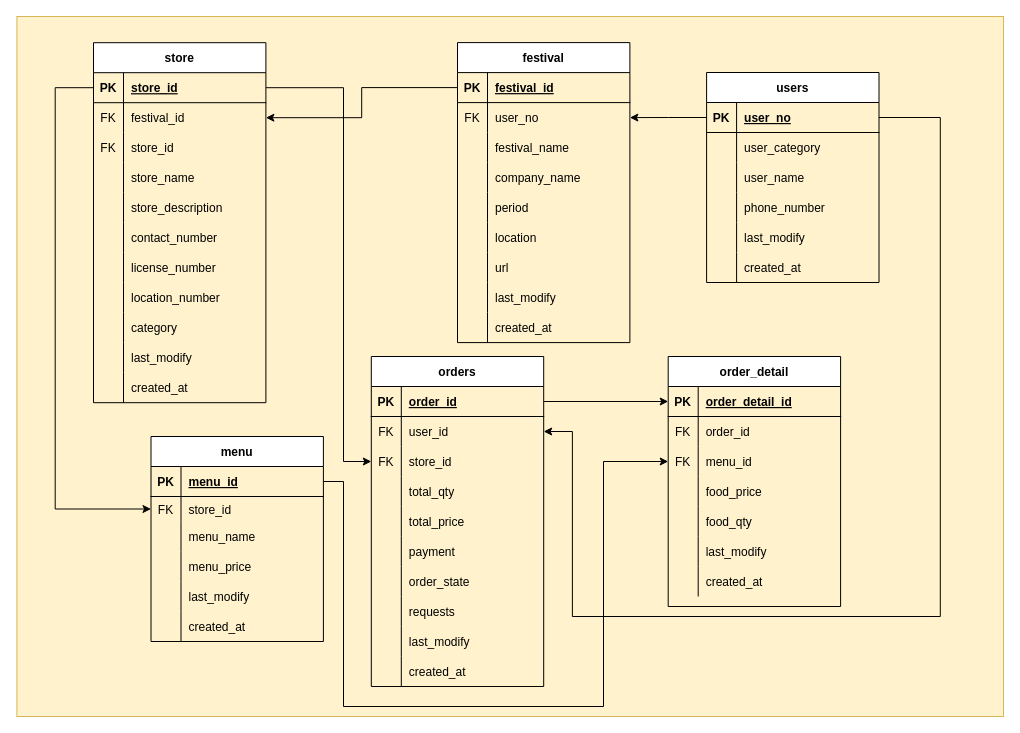
jaden7856/Goblin_DB_Schema keeps this draw.io diagram as DB Diagram.drawio. Above is the earlier version. Source tidied: cells renumbered, new cells numbered last; positions are measured from the earlier drawing's top-left corner, leaving out a move shared by most shapes. Both pictures are drawn from the tidied source at 100%, with x=0, y=0 at pixel (16, 16).
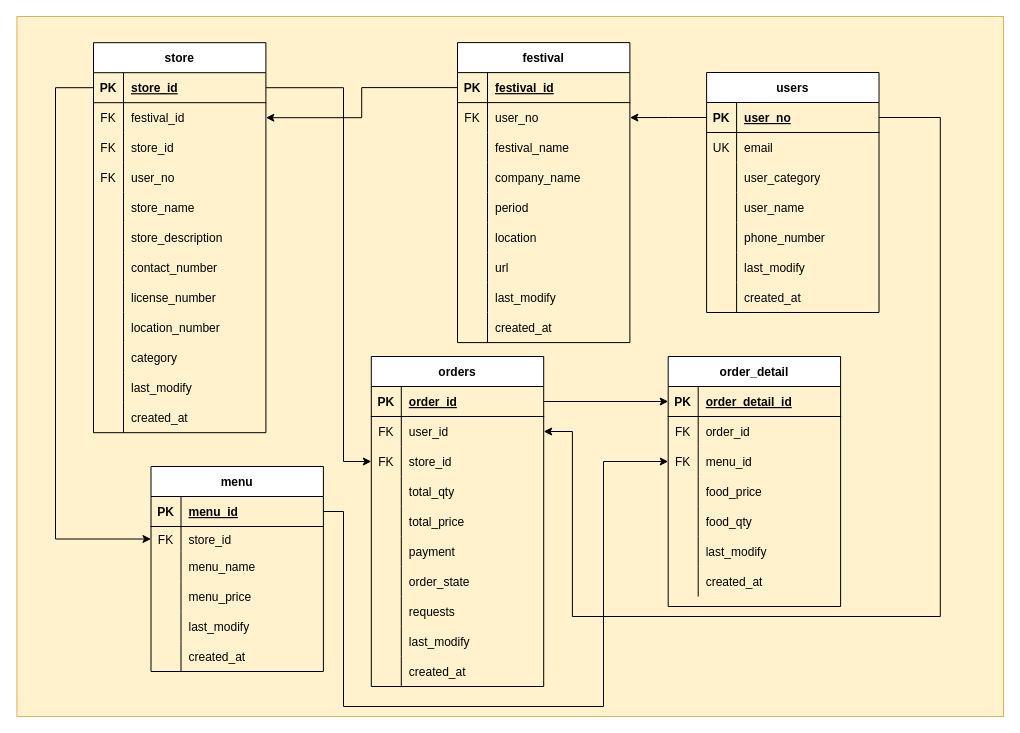
The same diagram, later.

The change refers to these unchanged cells:
```xml
<mxCell id="2" style="group;fillColor=#fff2cc;strokeColor=#d6b656;" parent="1" vertex="1">
  <mxGeometry x="77" width="910" height="700" as="geometry" />
</mxCell>
<mxCell id="5" style="shape=partialRectangle;fillColor=none;top=0;left=0;bottom=1;right=0;points=[[0,0.5],[1,0.5]];portConstraint=eastwest;" parent="4" vertex="1">
  <mxGeometry y="30" width="172.4" height="30" as="geometry" />
</mxCell>
<mxCell id="93" style="shape=partialRectangle;fillColor=none;top=0;left=0;bottom=0;right=0;points=[[0,0.5],[1,0.5]];portConstraint=eastwest;" parent="86" vertex="1">
  <mxGeometry y="90" width="172.4" height="30" as="geometry" />
</mxCell>
<mxCell id="143" style="shape=partialRectangle;fillColor=none;top=0;left=0;bottom=1;right=0;points=[[0,0.5],[1,0.5]];portConstraint=eastwest;" parent="142" vertex="1">
  <mxGeometry y="30" width="172.4" height="30" as="geometry" />
</mxCell>
<mxCell id="146" style="shape=partialRectangle;fillColor=none;top=0;left=0;bottom=0;right=0;points=[[0,0.5],[1,0.5]];portConstraint=eastwest;" parent="142" vertex="1">
  <mxGeometry y="60" width="172.4" height="25" as="geometry" />
</mxCell>
```

Diff of the diagram source:
```diff
@@
     <mxCell id="4" value="store" style="shape=table;startSize=30;childLayout=tableLayout;rowLines=0;fontStyle=1;align=center;" parent="2" vertex="1">
-      <mxGeometry y="26.2" width="172.4" height="360" as="geometry" />
+      <mxGeometry y="26.2" width="172.4" height="390" as="geometry" />
     </mxCell>
@@
+    <mxCell id="165" style="shape=partialRectangle;fillColor=none;top=0;left=0;bottom=0;right=0;" parent="4" vertex="1">
+      <mxGeometry y="120" width="172.4" height="30" as="geometry" />
+    </mxCell>
+    <mxCell id="166" value="FK" style="shape=partialRectangle;fillColor=none;top=0;left=0;bottom=0;right=0;overflow=hidden;" parent="165" vertex="1">
+      <mxGeometry width="30" height="30" as="geometry" />
+    </mxCell>
+    <mxCell id="167" value="user_no" style="shape=partialRectangle;fillColor=none;top=0;left=0;bottom=0;right=0;align=left;spacingLeft=6;overflow=hidden;" parent="165" vertex="1">
+      <mxGeometry x="30" width="142.4" height="30" as="geometry" />
+    </mxCell>
     <mxCell id="14" style="shape=partialRectangle;fillColor=none;top=0;left=0;bottom=0;right=0;" parent="4" vertex="1">
-      <mxGeometry y="120" width="172.4" height="30" as="geometry" />
+      <mxGeometry y="150" width="172.4" height="30" as="geometry" />
     </mxCell>
@@
     <mxCell id="17" style="shape=partialRectangle;fillColor=none;top=0;left=0;bottom=0;right=0;" parent="4" vertex="1">
-      <mxGeometry y="150" width="172.4" height="30" as="geometry" />
+      <mxGeometry y="180" width="172.4" height="30" as="geometry" />
     </mxCell>
@@
     <mxCell id="20" style="shape=partialRectangle;fillColor=none;top=0;left=0;bottom=0;right=0;" parent="4" vertex="1">
-      <mxGeometry y="180" width="172.4" height="30" as="geometry" />
+      <mxGeometry y="210" width="172.4" height="30" as="geometry" />
     </mxCell>
@@
     <mxCell id="23" style="shape=partialRectangle;fillColor=none;top=0;left=0;bottom=0;right=0;" parent="4" vertex="1">
-      <mxGeometry y="210" width="172.4" height="30" as="geometry" />
+      <mxGeometry y="240" width="172.4" height="30" as="geometry" />
     </mxCell>
@@
     <mxCell id="26" style="shape=partialRectangle;fillColor=none;top=0;left=0;bottom=0;right=0;" parent="4" vertex="1">
-      <mxGeometry y="240" width="172.4" height="30" as="geometry" />
+      <mxGeometry y="270" width="172.4" height="30" as="geometry" />
     </mxCell>
@@
     <mxCell id="29" style="shape=partialRectangle;fillColor=none;top=0;left=0;bottom=0;right=0;" parent="4" vertex="1">
-      <mxGeometry y="270" width="172.4" height="30" as="geometry" />
+      <mxGeometry y="300" width="172.4" height="30" as="geometry" />
     </mxCell>
@@
     <mxCell id="32" style="shape=partialRectangle;fillColor=none;top=0;left=0;bottom=0;right=0;" parent="4" vertex="1">
-      <mxGeometry y="300" width="172.4" height="30" as="geometry" />
+      <mxGeometry y="330" width="172.4" height="30" as="geometry" />
     </mxCell>
@@
     <mxCell id="35" style="shape=partialRectangle;fillColor=none;top=0;left=0;bottom=0;right=0;" parent="4" vertex="1">
-      <mxGeometry y="330" width="172.4" height="30" as="geometry" />
+      <mxGeometry y="360" width="172.4" height="30" as="geometry" />
     </mxCell>
@@
     <mxCell id="67" value="users" style="shape=table;startSize=30;childLayout=tableLayout;rowLines=0;fontStyle=1;align=center;" parent="2" vertex="1">
-      <mxGeometry x="613.1" y="56" width="172.4" height="210" as="geometry" />
+      <mxGeometry x="613.1" y="56" width="172.4" height="240" as="geometry" />
     </mxCell>
@@
+    <mxCell id="168" style="shape=partialRectangle;fillColor=none;top=0;left=0;bottom=0;right=0;" parent="67" vertex="1">
+      <mxGeometry y="60" width="172.4" height="30" as="geometry" />
+    </mxCell>
+    <mxCell id="169" value="UK" style="shape=partialRectangle;fillColor=none;top=0;left=0;bottom=0;right=0;overflow=hidden;" parent="168" vertex="1">
+      <mxGeometry width="30" height="30" as="geometry" />
+    </mxCell>
+    <mxCell id="170" value="email" style="shape=partialRectangle;fillColor=none;top=0;left=0;bottom=0;right=0;align=left;spacingLeft=6;overflow=hidden;" parent="168" vertex="1">
+      <mxGeometry x="30" width="142.4" height="30" as="geometry" />
+    </mxCell>
     <mxCell id="71" style="shape=partialRectangle;fillColor=none;top=0;left=0;bottom=0;right=0;" parent="67" vertex="1">
-      <mxGeometry y="60" width="172.4" height="30" as="geometry" />
+      <mxGeometry y="90" width="172.4" height="30" as="geometry" />
     </mxCell>
@@
     <mxCell id="74" style="shape=partialRectangle;fillColor=none;top=0;left=0;bottom=0;right=0;" parent="67" vertex="1">
-      <mxGeometry y="90" width="172.4" height="30" as="geometry" />
+      <mxGeometry y="120" width="172.4" height="30" as="geometry" />
     </mxCell>
@@
     <mxCell id="77" style="shape=partialRectangle;fillColor=none;top=0;left=0;bottom=0;right=0;" parent="67" vertex="1">
-      <mxGeometry y="120" width="172.4" height="30" as="geometry" />
+      <mxGeometry y="150" width="172.4" height="30" as="geometry" />
     </mxCell>
@@
     <mxCell id="80" style="shape=partialRectangle;fillColor=none;top=0;left=0;bottom=0;right=0;" parent="67" vertex="1">
-      <mxGeometry y="150" width="172.4" height="30" as="geometry" />
+      <mxGeometry y="180" width="172.4" height="30" as="geometry" />
     </mxCell>
@@
     <mxCell id="83" style="shape=partialRectangle;fillColor=none;top=0;left=0;bottom=0;right=0;" parent="67" vertex="1">
-      <mxGeometry y="180" width="172.4" height="30" as="geometry" />
+      <mxGeometry y="210" width="172.4" height="30" as="geometry" />
     </mxCell>
@@
     <mxCell id="142" value="menu" style="shape=table;startSize=30;childLayout=tableLayout;rowLines=0;fontStyle=1;align=center;" parent="2" vertex="1">
-      <mxGeometry x="57.5" y="420" width="172.4" height="205" as="geometry" />
+      <mxGeometry x="57.5" y="450" width="172.4" height="205" as="geometry" />
     </mxCell>
@@
     <mxCell id="161" style="edgeStyle=orthogonalEdgeStyle;rounded=0;jettySize=auto;html=1;entryX=0;entryY=0.5;entryDx=0;entryDy=0;" parent="2" edge="1" source="5" target="146">
       <mxGeometry relative="1" as="geometry">
         <Array as="points">
-          <mxPoint x="-38.3" y="71" />
-          <mxPoint x="-38.3" y="493" />
+          <mxPoint x="-38" y="71" />
+          <mxPoint x="-38" y="523" />
         </Array>
       </mxGeometry>
     </mxCell>
@@
     <mxCell id="163" style="edgeStyle=orthogonalEdgeStyle;rounded=0;jettySize=auto;html=1;entryX=0;entryY=0.5;entryDx=0;entryDy=0;" parent="2" edge="1" source="143" target="93">
       <mxGeometry relative="1" as="geometry">
         <Array as="points">
-          <mxPoint x="250" y="465" />
+          <mxPoint x="250" y="495" />
           <mxPoint x="250" y="690" />
           <mxPoint x="510" y="690" />
           <mxPoint x="510" y="445" />
         </Array>
       </mxGeometry>
     </mxCell>
```
